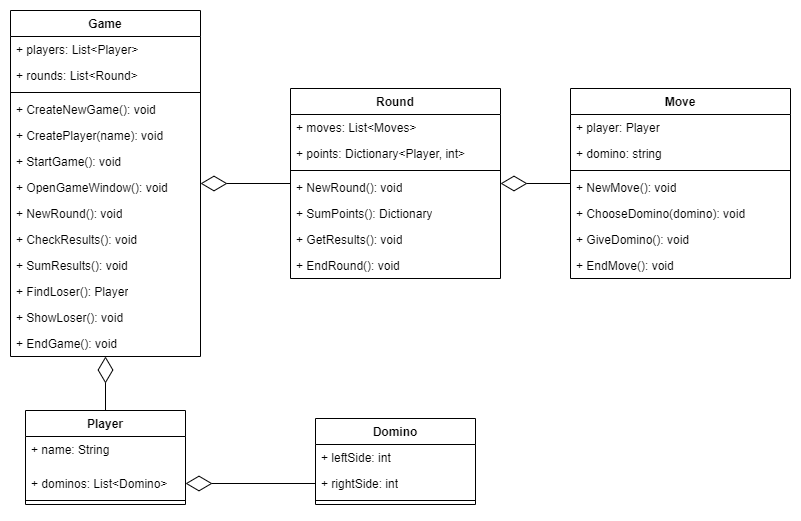
iamstacyok/domino keeps this draw.io diagram as assets/lab5.png. Above is the earlier version. Source tidied: cells renumbered, new cells last; positions are measured from the earlier drawing's top-left corner, leaving out a move shared by most shapes.
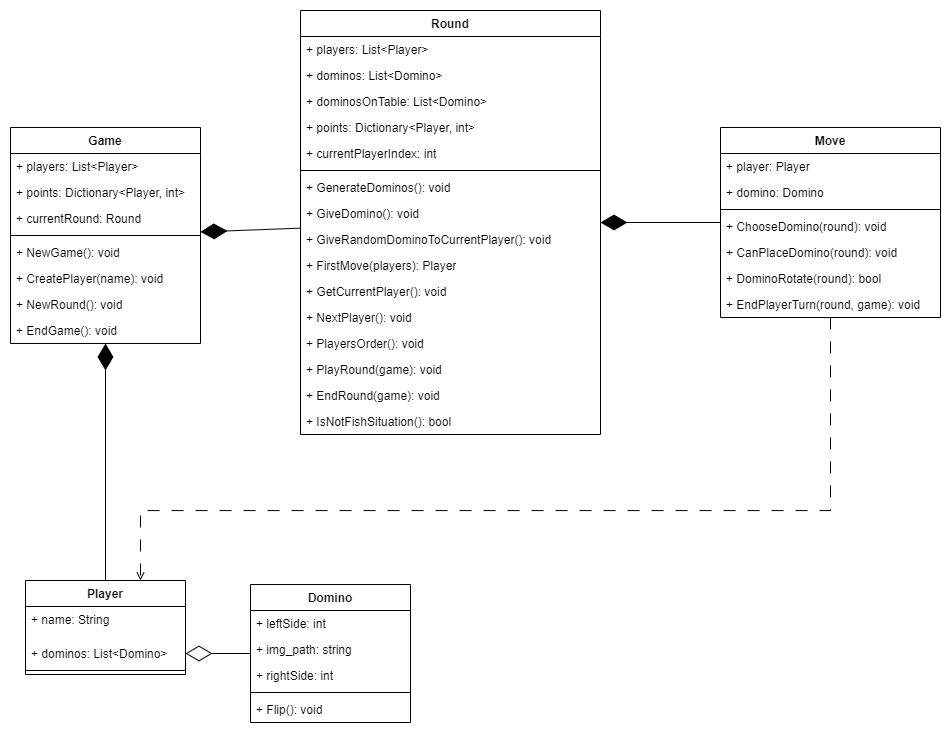
After the commit.

What changed in the source:
```diff
@@ -3,49 +3,34 @@
     <mxCell id="0" />
     <mxCell id="1" parent="0" />
     <mxCell id="2" value="Game" style="swimlane;fontStyle=1;align=center;verticalAlign=top;horizontal=1;startSize=26;whiteSpace=wrap;html=1;" parent="1" vertex="1">
-      <mxGeometry width="190" height="346" as="geometry" />
+      <mxGeometry y="97" width="190" height="216" as="geometry" />
     </mxCell>
     <mxCell id="3" value="+ players: List&amp;lt;Player&amp;gt;" style="text;strokeColor=none;fillColor=none;align=left;verticalAlign=top;spacingLeft=4;spacingRight=4;overflow=hidden;whiteSpace=wrap;html=1;" parent="2" vertex="1">
       <mxGeometry y="26" width="190" height="26" as="geometry" />
     </mxCell>
+    <mxCell id="44" value="+ points: Dictionary&amp;lt;Player, int&amp;gt;" style="text;strokeColor=none;fillColor=none;align=left;verticalAlign=top;spacingLeft=4;spacingRight=4;overflow=hidden;whiteSpace=wrap;html=1;" parent="2" vertex="1">
+      <mxGeometry y="52" width="190" height="26" as="geometry" />
+    </mxCell>
-    <mxCell id="4" value="+ rounds: List&amp;lt;Round&amp;gt;" style="text;strokeColor=none;fillColor=none;align=left;verticalAlign=top;spacingLeft=4;spacingRight=4;overflow=hidden;whiteSpace=wrap;html=1;" parent="2" vertex="1">
-      <mxGeometry y="52" width="190" height="26" as="geometry" />
+    <mxCell id="4" value="+ currentRound: Round" style="text;strokeColor=none;fillColor=none;align=left;verticalAlign=top;spacingLeft=4;spacingRight=4;overflow=hidden;whiteSpace=wrap;html=1;" parent="2" vertex="1">
+      <mxGeometry y="78" width="190" height="26" as="geometry" />
     </mxCell>
     <mxCell id="5" style="line;strokeWidth=1;fillColor=none;align=left;verticalAlign=middle;spacingTop=-1;spacingLeft=3;spacingRight=3;labelPosition=right;strokeColor=inherit;" parent="2" vertex="1">
-      <mxGeometry y="78" width="190" height="8" as="geometry" />
+      <mxGeometry y="104" width="190" height="8" as="geometry" />
     </mxCell>
-    <mxCell id="6" value="+ CreateNewGame(): void" style="text;strokeColor=none;fillColor=none;align=left;verticalAlign=top;spacingLeft=4;spacingRight=4;overflow=hidden;whiteSpace=wrap;html=1;" parent="2" vertex="1">
-      <mxGeometry y="86" width="190" height="26" as="geometry" />
+    <mxCell id="6" value="+ NewGame(): void" style="text;strokeColor=none;fillColor=none;align=left;verticalAlign=top;spacingLeft=4;spacingRight=4;overflow=hidden;whiteSpace=wrap;html=1;" parent="2" vertex="1">
+      <mxGeometry y="112" width="190" height="26" as="geometry" />
     </mxCell>
     <mxCell id="7" value="+ CreatePlayer(name): void" style="text;strokeColor=none;fillColor=none;align=left;verticalAlign=top;spacingLeft=4;spacingRight=4;overflow=hidden;whiteSpace=wrap;html=1;" parent="2" vertex="1">
-      <mxGeometry y="112" width="190" height="26" as="geometry" />
+      <mxGeometry y="138" width="190" height="26" as="geometry" />
     </mxCell>
-    <mxCell id="8" value="+ StartGame(): void" style="text;strokeColor=none;fillColor=none;align=left;verticalAlign=top;spacingLeft=4;spacingRight=4;overflow=hidden;whiteSpace=wrap;html=1;" parent="2" vertex="1">
-      <mxGeometry y="138" width="190" height="26" as="geometry" />
-    </mxCell>
-    <mxCell id="9" value="+ OpenGameWindow(): void" style="text;strokeColor=none;fillColor=none;align=left;verticalAlign=top;spacingLeft=4;spacingRight=4;overflow=hidden;whiteSpace=wrap;html=1;" parent="2" vertex="1">
-      <mxGeometry y="164" width="190" height="26" as="geometry" />
-    </mxCell>
     <mxCell id="10" value="+ NewRound(): void" style="text;strokeColor=none;fillColor=none;align=left;verticalAlign=top;spacingLeft=4;spacingRight=4;overflow=hidden;whiteSpace=wrap;html=1;" parent="2" vertex="1">
-      <mxGeometry y="190" width="190" height="26" as="geometry" />
+      <mxGeometry y="164" width="190" height="26" as="geometry" />
     </mxCell>
-    <mxCell id="11" value="+ CheckResults(): void" style="text;strokeColor=none;fillColor=none;align=left;verticalAlign=top;spacingLeft=4;spacingRight=4;overflow=hidden;whiteSpace=wrap;html=1;" parent="2" vertex="1">
-      <mxGeometry y="216" width="190" height="26" as="geometry" />
-    </mxCell>
-    <mxCell id="12" value="+ SumResults(): void" style="text;strokeColor=none;fillColor=none;align=left;verticalAlign=top;spacingLeft=4;spacingRight=4;overflow=hidden;whiteSpace=wrap;html=1;" parent="2" vertex="1">
-      <mxGeometry y="242" width="190" height="26" as="geometry" />
-    </mxCell>
-    <mxCell id="13" value="+ FindLoser(): Player" style="text;strokeColor=none;fillColor=none;align=left;verticalAlign=top;spacingLeft=4;spacingRight=4;overflow=hidden;whiteSpace=wrap;html=1;" parent="2" vertex="1">
-      <mxGeometry y="268" width="190" height="26" as="geometry" />
-    </mxCell>
-    <mxCell id="14" value="+ ShowLoser(): void" style="text;strokeColor=none;fillColor=none;align=left;verticalAlign=top;spacingLeft=4;spacingRight=4;overflow=hidden;whiteSpace=wrap;html=1;" parent="2" vertex="1">
-      <mxGeometry y="294" width="190" height="26" as="geometry" />
-    </mxCell>
     <mxCell id="15" value="+ EndGame(): void" style="text;strokeColor=none;fillColor=none;align=left;verticalAlign=top;spacingLeft=4;spacingRight=4;overflow=hidden;whiteSpace=wrap;html=1;" parent="2" vertex="1">
-      <mxGeometry y="320" width="190" height="26" as="geometry" />
+      <mxGeometry y="190" width="190" height="26" as="geometry" />
     </mxCell>
     <mxCell id="16" value="Player" style="swimlane;fontStyle=1;align=center;verticalAlign=top;horizontal=1;startSize=26;whiteSpace=wrap;html=1;" parent="1" vertex="1">
-      <mxGeometry x="15" y="400" width="160" height="94" as="geometry" />
+      <mxGeometry x="15" y="550" width="160" height="94" as="geometry" />
     </mxCell>
     <mxCell id="17" value="+ name: String" style="text;strokeColor=none;fillColor=none;align=left;verticalAlign=top;spacingLeft=4;spacingRight=4;overflow=hidden;whiteSpace=wrap;html=1;" parent="16" vertex="1">
       <mxGeometry y="26" width="160" height="34" as="geometry" />
@@ -56,77 +41,118 @@
     <mxCell id="19" style="line;strokeWidth=1;fillColor=none;align=left;verticalAlign=middle;spacingTop=-1;spacingLeft=3;spacingRight=3;labelPosition=right;strokeColor=inherit;" parent="16" vertex="1">
       <mxGeometry y="86" width="160" height="8" as="geometry" />
     </mxCell>
+    <mxCell id="45" style="edgeStyle=orthogonalEdgeStyle;rounded=0;jettySize=auto;html=1;endArrow=open;endFill=0;dashed=1;dashPattern=12 12;" parent="1" edge="1" source="20" target="16">
+      <mxGeometry relative="1" as="geometry">
+        <Array as="points">
+          <mxPoint x="820" y="480" />
+          <mxPoint x="130" y="480" />
+        </Array>
+      </mxGeometry>
+    </mxCell>
     <mxCell id="20" value="Move" style="swimlane;fontStyle=1;align=center;verticalAlign=top;horizontal=1;startSize=26;whiteSpace=wrap;html=1;" parent="1" vertex="1">
-      <mxGeometry x="560" y="78" width="220" height="190" as="geometry" />
+      <mxGeometry x="710" y="97" width="220" height="190" as="geometry" />
     </mxCell>
     <mxCell id="21" value="+ player: Player" style="text;strokeColor=none;fillColor=none;align=left;verticalAlign=top;spacingLeft=4;spacingRight=4;overflow=hidden;whiteSpace=wrap;html=1;" parent="20" vertex="1">
       <mxGeometry y="26" width="220" height="26" as="geometry" />
     </mxCell>
-    <mxCell id="22" value="+ domino: string" style="text;strokeColor=none;fillColor=none;align=left;verticalAlign=top;spacingLeft=4;spacingRight=4;overflow=hidden;whiteSpace=wrap;html=1;" parent="20" vertex="1">
+    <mxCell id="22" value="+ domino: Domino" style="text;strokeColor=none;fillColor=none;align=left;verticalAlign=top;spacingLeft=4;spacingRight=4;overflow=hidden;whiteSpace=wrap;html=1;" parent="20" vertex="1">
       <mxGeometry y="52" width="220" height="26" as="geometry" />
     </mxCell>
     <mxCell id="23" style="line;strokeWidth=1;fillColor=none;align=left;verticalAlign=middle;spacingTop=-1;spacingLeft=3;spacingRight=3;labelPosition=right;strokeColor=inherit;" parent="20" vertex="1">
       <mxGeometry y="78" width="220" height="8" as="geometry" />
     </mxCell>
+    <mxCell id="25" value="+ ChooseDomino(round): void" style="text;strokeColor=none;fillColor=none;align=left;verticalAlign=top;spacingLeft=4;spacingRight=4;overflow=hidden;whiteSpace=wrap;html=1;" parent="20" vertex="1">
+      <mxGeometry y="86" width="220" height="26" as="geometry" />
+    </mxCell>
-    <mxCell id="24" value="+ NewMove(): void" style="text;strokeColor=none;fillColor=none;align=left;verticalAlign=top;spacingLeft=4;spacingRight=4;overflow=hidden;whiteSpace=wrap;html=1;" parent="20" vertex="1">
-      <mxGeometry y="86" width="220" height="26" as="geometry" />
+    <mxCell id="24" value="+ CanPlaceDomino(round): void" style="text;strokeColor=none;fillColor=none;align=left;verticalAlign=top;spacingLeft=4;spacingRight=4;overflow=hidden;whiteSpace=wrap;html=1;" parent="20" vertex="1">
+      <mxGeometry y="112" width="220" height="26" as="geometry" />
     </mxCell>
-    <mxCell id="25" value="+ ChooseDomino(domino): void" style="text;strokeColor=none;fillColor=none;align=left;verticalAlign=top;spacingLeft=4;spacingRight=4;overflow=hidden;whiteSpace=wrap;html=1;" parent="20" vertex="1">
-      <mxGeometry y="112" width="220" height="26" as="geometry" />
-    </mxCell>
-    <mxCell id="26" value="+ GiveDomino(): void" style="text;strokeColor=none;fillColor=none;align=left;verticalAlign=top;spacingLeft=4;spacingRight=4;overflow=hidden;whiteSpace=wrap;html=1;" parent="20" vertex="1">
-      <mxGeometry y="138" width="220" height="26" as="geometry" />
-    </mxCell>
+    <mxCell id="46" value="+ DominoRotate(round): bool" style="text;strokeColor=none;fillColor=none;align=left;verticalAlign=top;spacingLeft=4;spacingRight=4;overflow=hidden;whiteSpace=wrap;html=1;" parent="20" vertex="1">
+      <mxGeometry y="138" width="220" height="26" as="geometry" />
+    </mxCell>
-    <mxCell id="27" value="+ EndMove(): void" style="text;strokeColor=none;fillColor=none;align=left;verticalAlign=top;spacingLeft=4;spacingRight=4;overflow=hidden;whiteSpace=wrap;html=1;" parent="20" vertex="1">
+    <mxCell id="27" value="+ EndPlayerTurn(round, game): void" style="text;strokeColor=none;fillColor=none;align=left;verticalAlign=top;spacingLeft=4;spacingRight=4;overflow=hidden;whiteSpace=wrap;html=1;" parent="20" vertex="1">
       <mxGeometry y="164" width="220" height="26" as="geometry" />
     </mxCell>
     <mxCell id="28" value="Round" style="swimlane;fontStyle=1;align=center;verticalAlign=top;horizontal=1;startSize=26;whiteSpace=wrap;html=1;" parent="1" vertex="1">
-      <mxGeometry x="280" y="78" width="210" height="190" as="geometry" />
+      <mxGeometry x="290" y="-20" width="300" height="424" as="geometry" />
     </mxCell>
-    <mxCell id="29" value="+ moves: List&amp;lt;Moves&amp;gt;" style="text;strokeColor=none;fillColor=none;align=left;verticalAlign=top;spacingLeft=4;spacingRight=4;overflow=hidden;whiteSpace=wrap;html=1;" parent="28" vertex="1">
-      <mxGeometry y="26" width="210" height="26" as="geometry" />
-    </mxCell>
+    <mxCell id="47" value="+ players: List&amp;lt;Player&amp;gt;" style="text;strokeColor=none;fillColor=none;align=left;verticalAlign=top;spacingLeft=4;spacingRight=4;overflow=hidden;whiteSpace=wrap;html=1;" parent="28" vertex="1">
+      <mxGeometry y="26" width="300" height="26" as="geometry" />
+    </mxCell>
+    <mxCell id="48" value="+ dominos: List&amp;lt;Domino&amp;gt;" style="text;strokeColor=none;fillColor=none;align=left;verticalAlign=top;spacingLeft=4;spacingRight=4;overflow=hidden;whiteSpace=wrap;html=1;" parent="28" vertex="1">
+      <mxGeometry y="52" width="300" height="26" as="geometry" />
+    </mxCell>
+    <mxCell id="49" value="+ dominosOnTable: List&amp;lt;Domino&amp;gt;" style="text;strokeColor=none;fillColor=none;align=left;verticalAlign=top;spacingLeft=4;spacingRight=4;overflow=hidden;whiteSpace=wrap;html=1;" parent="28" vertex="1">
+      <mxGeometry y="78" width="300" height="26" as="geometry" />
+    </mxCell>
     <mxCell id="30" value="+ points: Dictionary&amp;lt;Player, int&amp;gt;" style="text;strokeColor=none;fillColor=none;align=left;verticalAlign=top;spacingLeft=4;spacingRight=4;overflow=hidden;whiteSpace=wrap;html=1;" parent="28" vertex="1">
-      <mxGeometry y="52" width="210" height="26" as="geometry" />
+      <mxGeometry y="104" width="300" height="26" as="geometry" />
     </mxCell>
+    <mxCell id="50" value="+ currentPlayerIndex: int" style="text;strokeColor=none;fillColor=none;align=left;verticalAlign=top;spacingLeft=4;spacingRight=4;overflow=hidden;whiteSpace=wrap;html=1;" parent="28" vertex="1">
+      <mxGeometry y="130" width="300" height="26" as="geometry" />
+    </mxCell>
     <mxCell id="31" style="line;strokeWidth=1;fillColor=none;align=left;verticalAlign=middle;spacingTop=-1;spacingLeft=3;spacingRight=3;labelPosition=right;strokeColor=inherit;" parent="28" vertex="1">
-      <mxGeometry y="78" width="210" height="8" as="geometry" />
+      <mxGeometry y="156" width="300" height="8" as="geometry" />
     </mxCell>
-    <mxCell id="32" value="+ NewRound(): void" style="text;strokeColor=none;fillColor=none;align=left;verticalAlign=top;spacingLeft=4;spacingRight=4;overflow=hidden;whiteSpace=wrap;html=1;" parent="28" vertex="1">
-      <mxGeometry y="86" width="210" height="26" as="geometry" />
-    </mxCell>
-    <mxCell id="33" value="+ SumPoints(): Dictionary" style="text;strokeColor=none;fillColor=none;align=left;verticalAlign=top;spacingLeft=4;spacingRight=4;overflow=hidden;whiteSpace=wrap;html=1;" parent="28" vertex="1">
-      <mxGeometry y="112" width="210" height="26" as="geometry" />
-    </mxCell>
-    <mxCell id="34" value="+ GetResults(): void" style="text;strokeColor=none;fillColor=none;align=left;verticalAlign=top;spacingLeft=4;spacingRight=4;overflow=hidden;whiteSpace=wrap;html=1;" parent="28" vertex="1">
-      <mxGeometry y="138" width="210" height="26" as="geometry" />
+    <mxCell id="34" value="+ GenerateDominos(): void" style="text;strokeColor=none;fillColor=none;align=left;verticalAlign=top;spacingLeft=4;spacingRight=4;overflow=hidden;whiteSpace=wrap;html=1;" parent="28" vertex="1">
+      <mxGeometry y="164" width="300" height="26" as="geometry" />
     </mxCell>
+    <mxCell id="26" value="+ GiveDomino(): void" style="text;strokeColor=none;fillColor=none;align=left;verticalAlign=top;spacingLeft=4;spacingRight=4;overflow=hidden;whiteSpace=wrap;html=1;" parent="28" vertex="1">
+      <mxGeometry y="190" width="300" height="26" as="geometry" />
+    </mxCell>
+    <mxCell id="51" value="+ GiveRandomDominoToCurrentPlayer(): void" style="text;strokeColor=none;fillColor=none;align=left;verticalAlign=top;spacingLeft=4;spacingRight=4;overflow=hidden;whiteSpace=wrap;html=1;" parent="28" vertex="1">
+      <mxGeometry y="216" width="300" height="26" as="geometry" />
+    </mxCell>
+    <mxCell id="52" value="+ FirstMove(players): Player" style="text;strokeColor=none;fillColor=none;align=left;verticalAlign=top;spacingLeft=4;spacingRight=4;overflow=hidden;whiteSpace=wrap;html=1;" parent="28" vertex="1">
+      <mxGeometry y="242" width="300" height="26" as="geometry" />
+    </mxCell>
+    <mxCell id="53" value="+ GetCurrentPlayer(): void" style="text;strokeColor=none;fillColor=none;align=left;verticalAlign=top;spacingLeft=4;spacingRight=4;overflow=hidden;whiteSpace=wrap;html=1;" parent="28" vertex="1">
+      <mxGeometry y="268" width="300" height="26" as="geometry" />
+    </mxCell>
+    <mxCell id="54" value="+ NextPlayer(): void" style="text;strokeColor=none;fillColor=none;align=left;verticalAlign=top;spacingLeft=4;spacingRight=4;overflow=hidden;whiteSpace=wrap;html=1;" parent="28" vertex="1">
+      <mxGeometry y="294" width="300" height="26" as="geometry" />
+    </mxCell>
+    <mxCell id="55" value="+ PlayersOrder(): void" style="text;strokeColor=none;fillColor=none;align=left;verticalAlign=top;spacingLeft=4;spacingRight=4;overflow=hidden;whiteSpace=wrap;html=1;" parent="28" vertex="1">
+      <mxGeometry y="320" width="300" height="26" as="geometry" />
+    </mxCell>
+    <mxCell id="56" value="+ PlayRound(game): void" style="text;strokeColor=none;fillColor=none;align=left;verticalAlign=top;spacingLeft=4;spacingRight=4;overflow=hidden;whiteSpace=wrap;html=1;" parent="28" vertex="1">
+      <mxGeometry y="346" width="300" height="26" as="geometry" />
+    </mxCell>
-    <mxCell id="35" value="+ EndRound(): void" style="text;strokeColor=none;fillColor=none;align=left;verticalAlign=top;spacingLeft=4;spacingRight=4;overflow=hidden;whiteSpace=wrap;html=1;" parent="28" vertex="1">
-      <mxGeometry y="164" width="210" height="26" as="geometry" />
+    <mxCell id="35" value="+ EndRound(game): void" style="text;strokeColor=none;fillColor=none;align=left;verticalAlign=top;spacingLeft=4;spacingRight=4;overflow=hidden;whiteSpace=wrap;html=1;" parent="28" vertex="1">
+      <mxGeometry y="372" width="300" height="26" as="geometry" />
     </mxCell>
+    <mxCell id="57" value="+ IsNotFishSituation(): bool" style="text;strokeColor=none;fillColor=none;align=left;verticalAlign=top;spacingLeft=4;spacingRight=4;overflow=hidden;whiteSpace=wrap;html=1;" parent="28" vertex="1">
+      <mxGeometry y="398" width="300" height="26" as="geometry" />
+    </mxCell>
-    <mxCell id="36" style="endArrow=diamondThin;endFill=0;endSize=24;html=1;rounded=0;" parent="1" edge="1" source="28" target="2">
+    <mxCell id="36" style="endArrow=diamondThin;endFill=1;endSize=24;html=1;rounded=0;" parent="1" edge="1" source="28" target="2">
       <mxGeometry relative="1" as="geometry" />
     </mxCell>
-    <mxCell id="37" style="endArrow=diamondThin;endFill=0;endSize=24;html=1;rounded=0;" parent="1" edge="1" source="20" target="28">
+    <mxCell id="37" style="endArrow=diamondThin;endFill=1;endSize=24;html=1;rounded=0;" parent="1" edge="1" source="20" target="28">
       <mxGeometry relative="1" as="geometry" />
     </mxCell>
-    <mxCell id="38" style="endArrow=diamondThin;endFill=0;endSize=24;html=1;rounded=0;" parent="1" edge="1" source="16" target="2">
+    <mxCell id="38" style="endArrow=diamondThin;endFill=1;endSize=24;html=1;rounded=0;" parent="1" edge="1" source="16" target="2">
       <mxGeometry relative="1" as="geometry" />
     </mxCell>
+    <mxCell id="43" style="endArrow=diamondThin;endFill=0;endSize=24;html=1;rounded=0;entryX=1;entryY=0.5;entryDx=0;entryDy=0;" parent="1" edge="1" source="39" target="18">
+      <mxGeometry relative="1" as="geometry" />
+    </mxCell>
     <mxCell id="39" value="Domino" style="swimlane;fontStyle=1;align=center;verticalAlign=top;horizontal=1;startSize=26;whiteSpace=wrap;html=1;" parent="1" vertex="1">
-      <mxGeometry x="305" y="408" width="160" height="86" as="geometry" />
+      <mxGeometry x="240" y="554" width="160" height="138" as="geometry" />
     </mxCell>
     <mxCell id="40" value="+ leftSide: int" style="text;strokeColor=none;fillColor=none;align=left;verticalAlign=top;spacingLeft=4;spacingRight=4;overflow=hidden;whiteSpace=wrap;html=1;" parent="39" vertex="1">
       <mxGeometry y="26" width="160" height="26" as="geometry" />
     </mxCell>
+    <mxCell id="58" value="+ img_path: string" style="text;strokeColor=none;fillColor=none;align=left;verticalAlign=top;spacingLeft=4;spacingRight=4;overflow=hidden;whiteSpace=wrap;html=1;" parent="39" vertex="1">
+      <mxGeometry y="52" width="160" height="26" as="geometry" />
+    </mxCell>
     <mxCell id="41" value="+ rightSide: int" style="text;strokeColor=none;fillColor=none;align=left;verticalAlign=top;spacingLeft=4;spacingRight=4;overflow=hidden;points=[[0,0.5],[1,0.5]];portConstraint=eastwest;whiteSpace=wrap;html=1;" parent="39" vertex="1">
-      <mxGeometry y="52" width="160" height="26" as="geometry" />
+      <mxGeometry y="78" width="160" height="26" as="geometry" />
     </mxCell>
-    <mxCell id="42" style="line;strokeWidth=1;fillColor=none;align=left;verticalAlign=middle;spacingTop=-1;spacingLeft=3;spacingRight=3;labelPosition=right;strokeColor=inherit;" parent="39" vertex="1">
-      <mxGeometry y="78" width="160" height="8" as="geometry" />
-    </mxCell>
-    <mxCell id="43" style="endArrow=diamondThin;endFill=0;endSize=24;html=1;rounded=0;entryX=1;entryY=0.5;entryDx=0;entryDy=0;exitX=0;exitY=0.5;exitDx=0;exitDy=0;" parent="1" edge="1" source="41" target="18">
-      <mxGeometry relative="1" as="geometry" />
-    </mxCell>
+    <mxCell id="59" style="line;strokeWidth=1;fillColor=none;align=left;verticalAlign=middle;spacingTop=-1;spacingLeft=3;spacingRight=3;labelPosition=right;strokeColor=inherit;" parent="39" vertex="1">
+      <mxGeometry y="104" width="160" height="8" as="geometry" />
+    </mxCell>
+    <mxCell id="60" value="+ Flip(): void" style="text;strokeColor=none;fillColor=none;align=left;verticalAlign=top;spacingLeft=4;spacingRight=4;overflow=hidden;whiteSpace=wrap;html=1;" parent="39" vertex="1">
+      <mxGeometry y="112" width="160" height="26" as="geometry" />
+    </mxCell>
   </root>
 </mxGraphModel>
```
